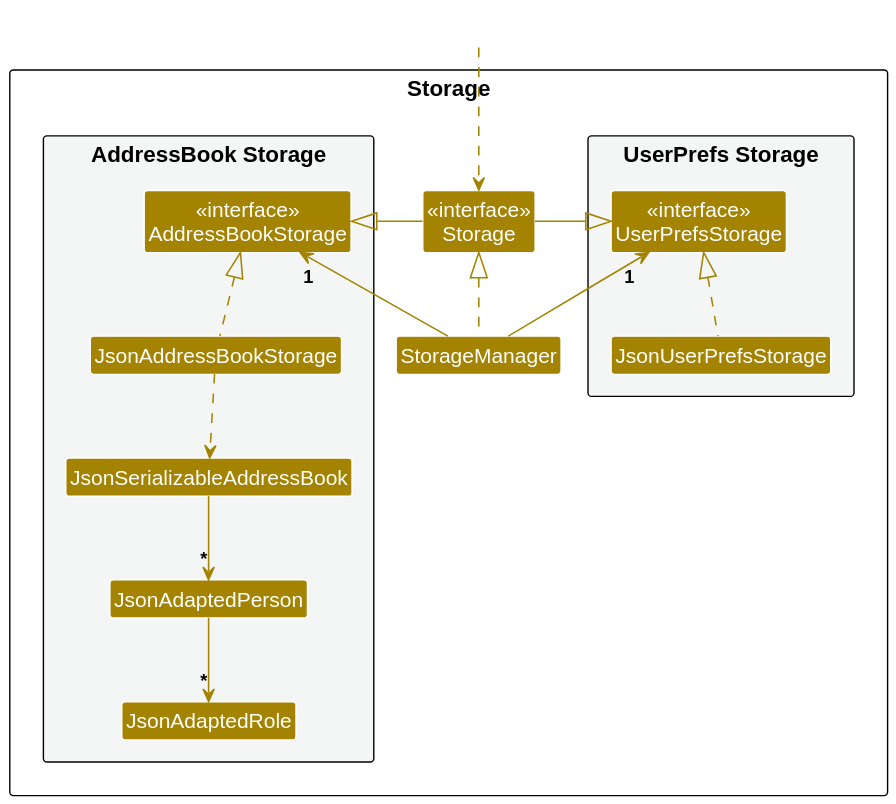
This is docs/diagrams/StorageClassDiagram.svg from nus-cs2103-AY2425S1/tp, a PlantUML export, as it was before one commit. Its diagram source:
```plantuml
@startuml
!include style.puml
skinparam arrowThickness 1.1
skinparam arrowColor STORAGE_COLOR
skinparam classBackgroundColor STORAGE_COLOR

package Storage as StoragePackage {

package "UserPrefs Storage" #F4F6F6{
Class "<<interface>>\nUserPrefsStorage" as UserPrefsStorage
Class JsonUserPrefsStorage
}

Class "<<interface>>\nStorage" as Storage
Class StorageManager

package "AddressBook Storage" #F4F6F6{
Class "<<interface>>\nAddressBookStorage" as AddressBookStorage
Class JsonAddressBookStorage
Class JsonSerializableAddressBook
Class JsonAdaptedPerson
Class JsonAdaptedRole
}

}

Class HiddenOutside #FFFFFF
HiddenOutside ..> Storage

StorageManager .up.|> Storage
StorageManager -up-> "1" UserPrefsStorage
StorageManager -up-> "1" AddressBookStorage

Storage -left-|> UserPrefsStorage
Storage -right-|> AddressBookStorage

JsonUserPrefsStorage .up.|> UserPrefsStorage
JsonAddressBookStorage .up.|> AddressBookStorage
JsonAddressBookStorage ..> JsonSerializableAddressBook
JsonSerializableAddressBook --> "*" JsonAdaptedPerson
JsonAdaptedPerson --> "*" JsonAdaptedRole
@enduml
```
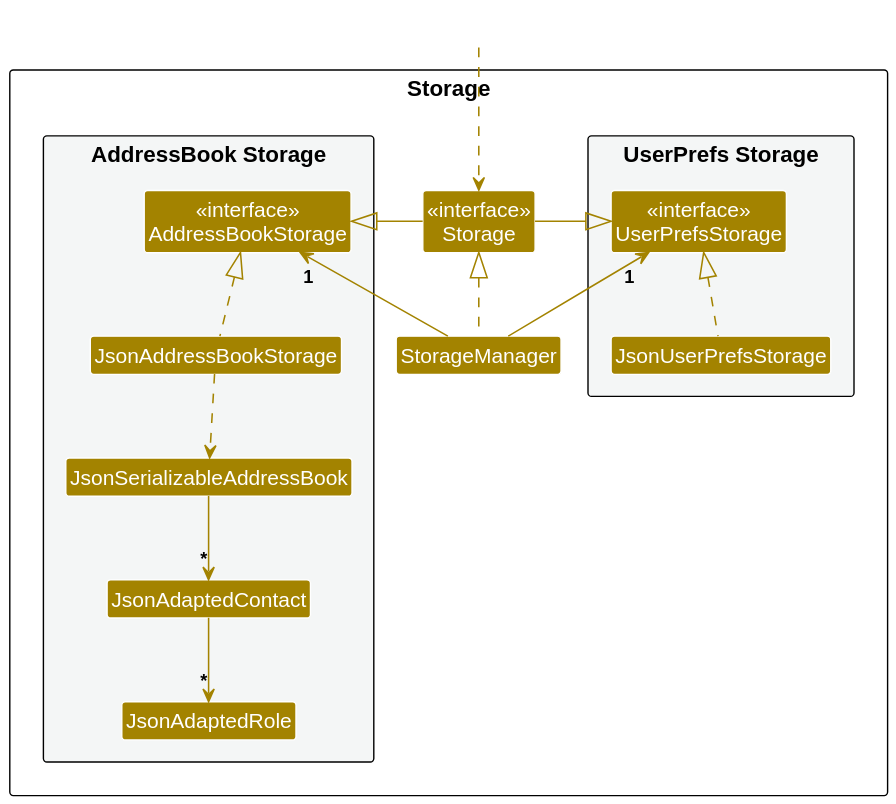
After the change.

Change to the diagram source:
```diff
@@ -18,7 +18,7 @@
 Class "<<interface>>\nAddressBookStorage" as AddressBookStorage
 Class JsonAddressBookStorage
 Class JsonSerializableAddressBook
-Class JsonAdaptedPerson
+Class JsonAdaptedContact
 Class JsonAdaptedRole
 }
 
@@ -37,6 +37,6 @@
 JsonUserPrefsStorage .up.|> UserPrefsStorage
 JsonAddressBookStorage .up.|> AddressBookStorage
 JsonAddressBookStorage ..> JsonSerializableAddressBook
-JsonSerializableAddressBook --> "*" JsonAdaptedPerson
-JsonAdaptedPerson --> "*" JsonAdaptedRole
+JsonSerializableAddressBook --> "*" JsonAdaptedContact
+JsonAdaptedContact --> "*" JsonAdaptedRole
 @enduml
```
